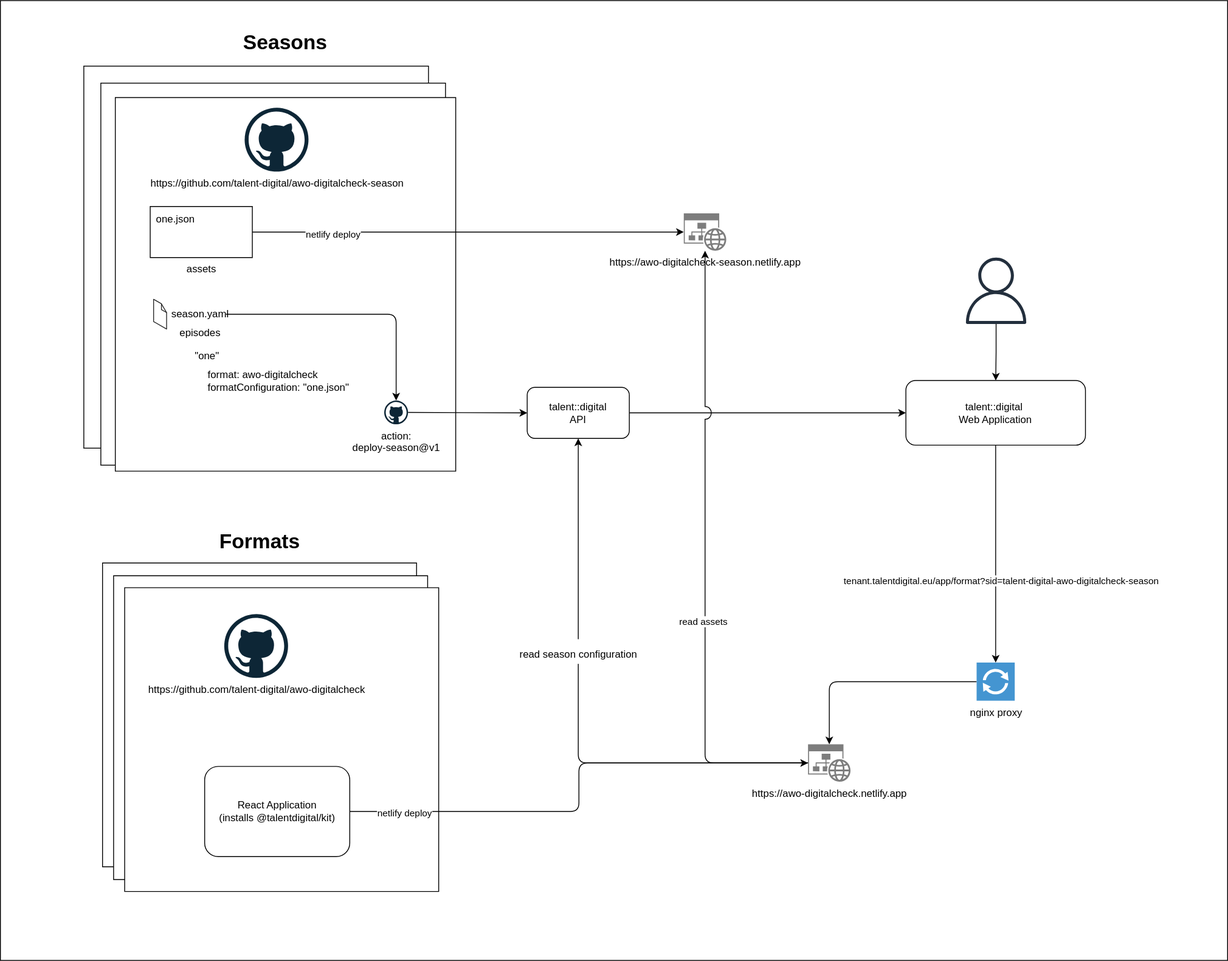
Earlier version of the draw.io export docs/assets/talent-digital.platform.drawio.svg (talent-digital/talentkit). Source tidied: cells renumbered, new cells last; positions are measured from the earlier drawing's top-left corner, leaving out a move shared by most shapes.
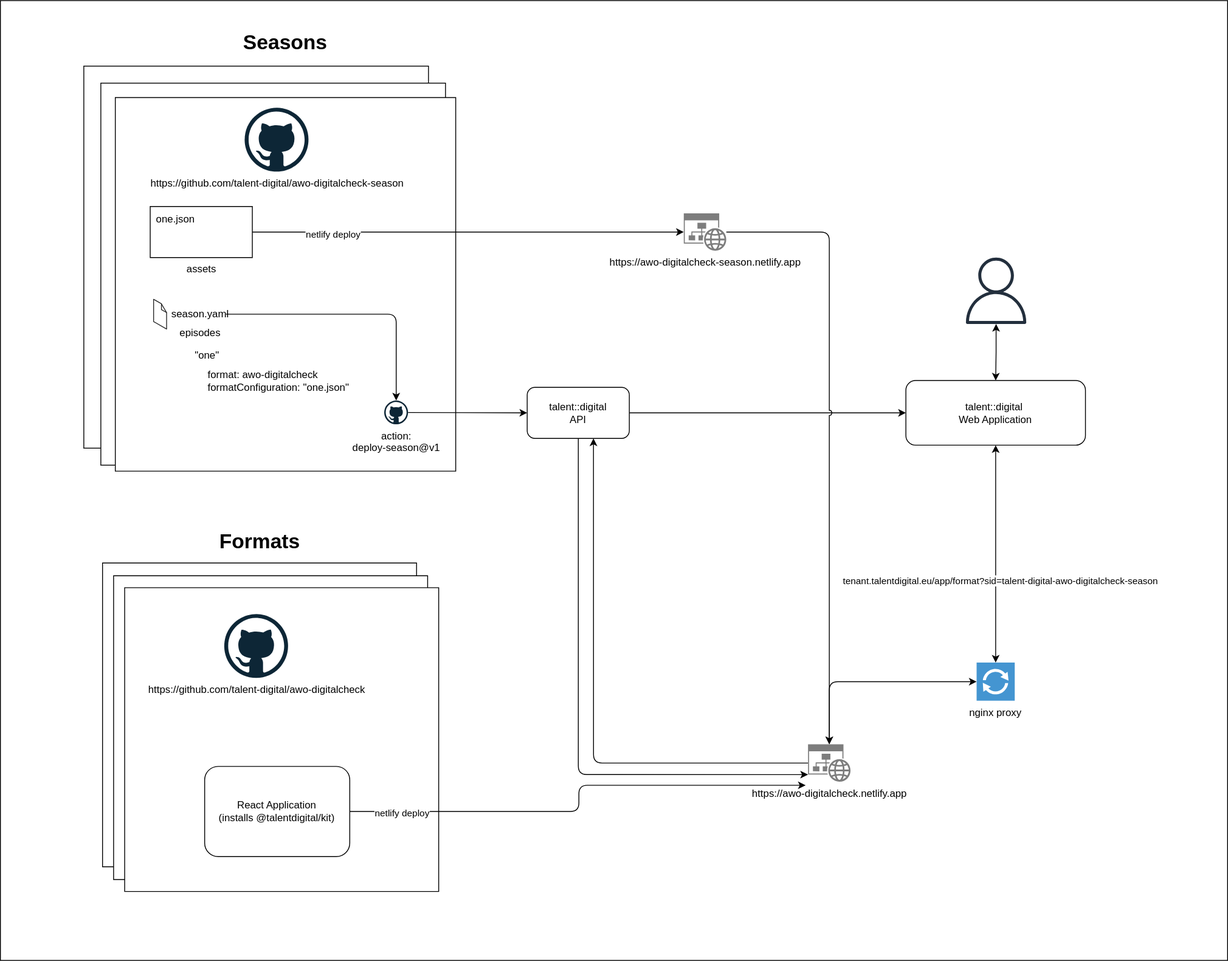
The same diagram one commit later.

What changed in the source:
```diff
@@ -50,7 +50,7 @@
     <mxCell id="17" value="action:&lt;br style=&quot;border-color: var(--border-color);&quot;&gt;deploy-season@v1" style="dashed=0;outlineConnect=0;html=1;align=center;labelPosition=center;verticalLabelPosition=bottom;verticalAlign=top;shape=mxgraph.weblogos.github;rounded=1;" parent="8" vertex="1">
       <mxGeometry x="316" y="356" width="28" height="28" as="geometry" />
     </mxCell>
-    <mxCell id="18" style="edgeStyle=orthogonalEdgeStyle;jettySize=auto;html=1;jumpStyle=arc;rounded=1;" parent="1" edge="1" source="20" target="36">
+    <mxCell id="18" style="edgeStyle=orthogonalEdgeStyle;jettySize=auto;html=1;jumpStyle=arc;rounded=1;flowAnimation=1;" parent="1" edge="1" source="20" target="36">
       <mxGeometry relative="1" as="geometry" />
     </mxCell>
     <mxCell id="19" value="netlify deploy" style="edgeLabel;html=1;align=center;verticalAlign=middle;" parent="18" vertex="1">
@@ -61,25 +61,13 @@
     <mxCell id="20" value="assets" style="verticalLabelPosition=bottom;verticalAlign=top;html=1;shape=mxgraph.basic.rect;fillColor2=none;strokeWidth=1;size=20;indent=5;rounded=1;" parent="1" vertex="1">
       <mxGeometry x="176" y="242" width="120" height="60" as="geometry" />
     </mxCell>
-    <mxCell id="21" style="edgeStyle=orthogonalEdgeStyle;jettySize=auto;html=1;jumpStyle=arc;rounded=1;" parent="1" edge="1" source="17" target="39">
+    <mxCell id="21" style="edgeStyle=orthogonalEdgeStyle;jettySize=auto;html=1;jumpStyle=arc;rounded=1;flowAnimation=1;" parent="1" edge="1" source="17" target="39">
       <mxGeometry relative="1" as="geometry" />
     </mxCell>
-    <mxCell id="22" style="edgeStyle=orthogonalEdgeStyle;jettySize=auto;html=1;shadow=0;jumpStyle=arc;jumpSize=15;comic=0;noJump=0;rounded=1;" parent="1" edge="1" source="39" target="33">
+    <mxCell id="22" style="edgeStyle=orthogonalEdgeStyle;jettySize=auto;html=1;shadow=0;jumpStyle=arc;jumpSize=15;comic=0;noJump=0;rounded=1;flowAnimation=1;" parent="1" edge="1" source="39" target="33">
       <mxGeometry relative="1" as="geometry" />
     </mxCell>
-    <mxCell id="23" style="edgeStyle=orthogonalEdgeStyle;jettySize=auto;html=1;jumpStyle=arc;jumpSize=15;rounded=1;" parent="1" edge="1" source="37" target="36">
-      <mxGeometry relative="1" as="geometry" />
-    </mxCell>
-    <mxCell id="24" value="read assets" style="edgeLabel;html=1;align=center;verticalAlign=middle;" parent="23" vertex="1">
-      <mxGeometry x="-0.2" y="3" relative="1" as="geometry" />
-    </mxCell>
-    <mxCell id="25" style="edgeStyle=orthogonalEdgeStyle;jettySize=auto;html=1;jumpStyle=arc;flowAnimation=0;rounded=1;" parent="1" edge="1" source="37" target="39">
-      <mxGeometry relative="1" as="geometry" />
-    </mxCell>
-    <mxCell id="26" value="&lt;font style=&quot;font-size: 12px;&quot;&gt;read season configuration&lt;/font&gt;" style="edgeLabel;html=1;align=center;verticalAlign=middle;fontSize=24;" parent="25" vertex="1">
-      <mxGeometry x="0.23" y="1" relative="1" as="geometry" />
-    </mxCell>
-    <mxCell id="27" style="edgeStyle=orthogonalEdgeStyle;jettySize=auto;html=1;jumpStyle=arc;rounded=1;" parent="1" edge="1" source="30" target="37">
+    <mxCell id="27" style="edgeStyle=orthogonalEdgeStyle;jettySize=auto;html=1;jumpStyle=arc;rounded=1;flowAnimation=1;entryX=-0.055;entryY=1.095;entryDx=0;entryDy=0;entryPerimeter=0;" parent="1" edge="1" source="30" target="37">
       <mxGeometry relative="1" as="geometry" />
     </mxCell>
     <mxCell id="28" value="netlify deploy" style="edgeLabel;html=1;align=center;verticalAlign=middle;" parent="27" vertex="1">
@@ -93,7 +81,7 @@
     <mxCell id="30" value="React Application&lt;br&gt;(installs @talentdigital/kit)" style="rounded=1;whiteSpace=wrap;html=1;" parent="1" vertex="1">
       <mxGeometry x="240" y="900" width="170.5" height="106" as="geometry" />
     </mxCell>
-    <mxCell id="31" style="edgeStyle=orthogonalEdgeStyle;comic=0;jumpStyle=arc;jumpSize=15;jettySize=auto;elbow=vertical;html=1;shadow=0;rounded=1;" parent="1" edge="1" source="33" target="38">
+    <mxCell id="31" style="edgeStyle=orthogonalEdgeStyle;comic=0;jumpStyle=arc;jumpSize=15;jettySize=auto;elbow=vertical;html=1;shadow=0;rounded=1;startArrow=classic;startFill=1;" parent="1" edge="1" source="33" target="38">
       <mxGeometry relative="1" as="geometry" />
     </mxCell>
     <mxCell id="32" value="tenant.talentdigital.eu/app/format?sid=talent-digital-awo-digitalcheck-season" style="edgeLabel;html=1;align=center;verticalAlign=middle;rounded=1;" parent="31" vertex="1">
@@ -102,21 +90,34 @@
     <mxCell id="33" value="talent::digital&amp;nbsp;&lt;br&gt;Web Application" style="rounded=1;whiteSpace=wrap;html=1;" parent="1" vertex="1">
       <mxGeometry x="1064" y="446.5" width="211" height="76" as="geometry" />
     </mxCell>
-    <mxCell id="34" style="edgeStyle=orthogonalEdgeStyle;comic=0;jumpStyle=arc;jumpSize=15;jettySize=auto;elbow=vertical;html=1;shadow=0;rounded=1;" parent="1" edge="1" source="38" target="37">
+    <mxCell id="34" style="edgeStyle=orthogonalEdgeStyle;comic=0;jumpStyle=arc;jumpSize=15;jettySize=auto;elbow=vertical;html=1;shadow=0;rounded=1;startArrow=classic;startFill=1;" parent="1" edge="1" source="38" target="37">
       <mxGeometry relative="1" as="geometry" />
     </mxCell>
     <mxCell id="35" value="one.json" style="text;html=1;strokeColor=none;fillColor=none;align=center;verticalAlign=middle;whiteSpace=wrap;rounded=0;" parent="1" vertex="1">
       <mxGeometry x="176" y="242" width="60" height="30" as="geometry" />
     </mxCell>
+    <mxCell id="44" style="edgeStyle=orthogonalEdgeStyle;rounded=1;jettySize=auto;html=1;fontSize=12;jumpStyle=arc;flowAnimation=1;" parent="1" edge="1" source="36" target="37">
+      <mxGeometry relative="1" as="geometry" />
+    </mxCell>
     <mxCell id="36" value="https://awo-digitalcheck-season.netlify.app" style="sketch=0;shadow=0;dashed=0;html=1;strokeColor=none;labelPosition=center;verticalLabelPosition=bottom;verticalAlign=top;align=center;shape=mxgraph.mscae.enterprise.website_generic;fillColor=#7D7D7D;" parent="1" vertex="1">
       <mxGeometry x="803" y="250" width="50" height="44" as="geometry" />
     </mxCell>
+    <mxCell id="25" style="edgeStyle=orthogonalEdgeStyle;shape=connector;rounded=1;jumpStyle=arc;jettySize=auto;html=1;entryX=0.649;entryY=1;entryDx=0;entryDy=0;entryPerimeter=0;labelBackgroundColor=default;strokeColor=default;fontFamily=Helvetica;fontSize=11;fontColor=default;endArrow=classic;flowAnimation=1;" parent="1" edge="1" source="37" target="39">
+      <mxGeometry relative="1" as="geometry" />
+    </mxCell>
     <mxCell id="37" value="https://awo-digitalcheck.netlify.app" style="sketch=0;shadow=0;dashed=0;html=1;strokeColor=none;labelPosition=center;verticalLabelPosition=bottom;verticalAlign=top;align=center;shape=mxgraph.mscae.enterprise.website_generic;fillColor=#7D7D7D;" parent="1" vertex="1">
       <mxGeometry x="949" y="874" width="50" height="44" as="geometry" />
     </mxCell>
     <mxCell id="38" value="nginx proxy" style="shadow=0;dashed=0;html=1;strokeColor=none;fillColor=#4495D1;labelPosition=center;verticalLabelPosition=bottom;verticalAlign=top;align=center;outlineConnect=0;shape=mxgraph.veeam.2d.proxy;" parent="1" vertex="1">
       <mxGeometry x="1147.1" y="778" width="44.8" height="44.8" as="geometry" />
     </mxCell>
+    <mxCell id="45" style="edgeStyle=orthogonalEdgeStyle;shape=connector;rounded=1;jumpStyle=arc;jettySize=auto;html=1;entryX=0;entryY=0.81;entryDx=0;entryDy=0;entryPerimeter=0;labelBackgroundColor=default;strokeColor=default;fontFamily=Helvetica;fontSize=11;fontColor=default;endArrow=classic;flowAnimation=1;" parent="1" edge="1" source="39" target="37">
+      <mxGeometry relative="1" as="geometry">
+        <Array as="points">
+          <mxPoint x="679" y="910" />
+        </Array>
+      </mxGeometry>
+    </mxCell>
     <mxCell id="39" value="talent::digital&lt;br&gt;API" style="rounded=1;whiteSpace=wrap;html=1;" parent="1" vertex="1">
       <mxGeometry x="619" y="454.5" width="120" height="60" as="geometry" />
     </mxCell>
@@ -126,7 +127,7 @@
     <mxCell id="41" value="&lt;b&gt;Seasons&lt;/b&gt;" style="text;html=1;strokeColor=none;fillColor=none;align=center;verticalAlign=middle;whiteSpace=wrap;rounded=0;fontSize=24;" parent="1" vertex="1">
       <mxGeometry x="279" y="35" width="112" height="30" as="geometry" />
     </mxCell>
-    <mxCell id="42" style="edgeStyle=orthogonalEdgeStyle;rounded=0;jettySize=auto;html=1;fontSize=12;" parent="1" edge="1" source="43" target="33">
+    <mxCell id="42" style="edgeStyle=orthogonalEdgeStyle;rounded=0;jettySize=auto;html=1;fontSize=12;startArrow=classic;startFill=1;" parent="1" edge="1" source="43" target="33">
       <mxGeometry relative="1" as="geometry" />
     </mxCell>
     <mxCell id="43" style="sketch=0;outlineConnect=0;fontColor=#232F3E;gradientColor=none;fillColor=#232F3D;strokeColor=none;dashed=0;verticalLabelPosition=bottom;verticalAlign=top;align=center;html=1;fontSize=12;fontStyle=0;shape=mxgraph.aws4.user;" parent="1" vertex="1">
```
